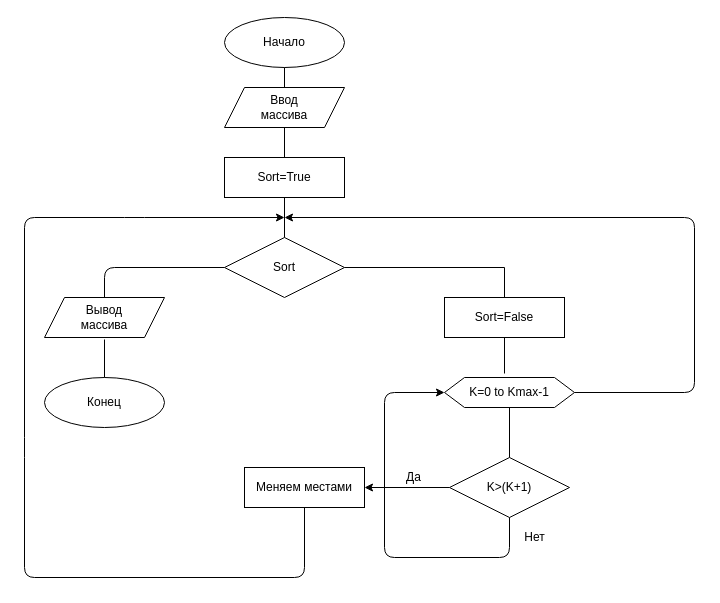
antonshipkov/HomeWork keeps this draw.io diagram as Bubble.drawio. Above is the earlier version. Source tidied: cells renumbered, new cells numbered last; positions are measured from the earlier drawing's top-left corner, leaving out a move shared by most shapes. Both pictures are drawn from the tidied source at 100%, with x=0, y=0 at pixel (24, 17).
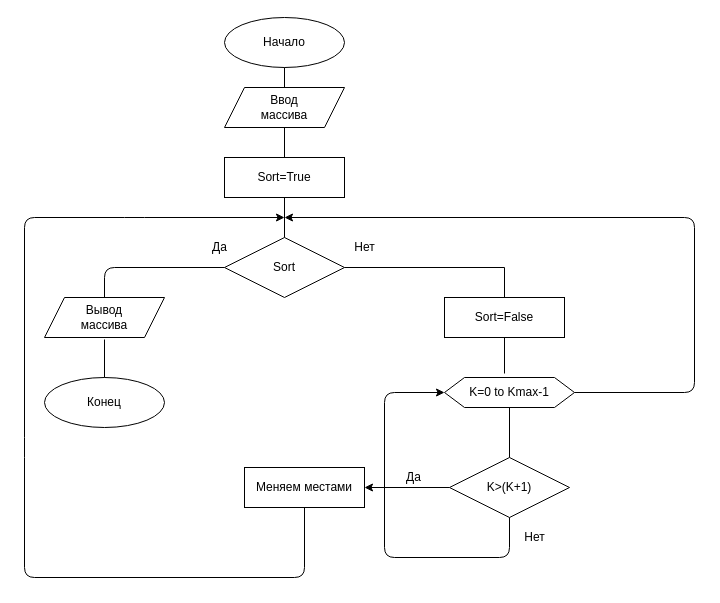
The same page after the edit.

What changed in the source:
```diff
@@
+    <mxCell id="27" value="Да" style="text;html=1;align=center;verticalAlign=middle;" parent="1" vertex="1">
+      <mxGeometry x="180" y="220" width="30" height="20" as="geometry" />
+    </mxCell>
+    <mxCell id="28" value="Нет" style="text;html=1;align=center;verticalAlign=middle;" parent="1" vertex="1">
+      <mxGeometry x="320" y="220" width="40" height="20" as="geometry" />
+    </mxCell>
```
